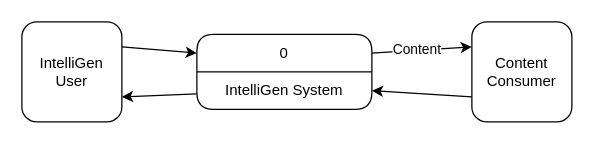
This is SENG 321/RSDCFD.drawio from amirabdullahi1/gold, a draw.io file, before an edit. Source tidied: cells renumbered, new cells numbered last; positions are measured from the earlier drawing's top-left corner, leaving out a move shared by most shapes. Both pictures are drawn from the tidied source at 125%, with x=0, y=0 at pixel (21, 21).
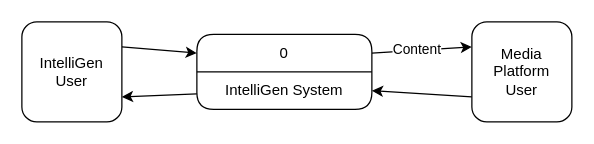
Above is the later version.

The edit, as a diff of the source:
```diff
@@
 <mxGraphModel>
   <root>
     <mxCell id="0" />
     <mxCell id="1" parent="0" />
     <mxCell id="2" style="rounded=0;jettySize=auto;html=1;exitX=1;exitY=0.25;exitDx=0;exitDy=0;entryX=0;entryY=0.25;entryDx=0;entryDy=0;" parent="1" edge="1" source="4" target="9">
       <mxGeometry relative="1" as="geometry" />
     </mxCell>
     <mxCell id="3" value="Content" style="edgeLabel;html=1;align=center;verticalAlign=middle;" parent="2" vertex="1">
       <mxGeometry x="-0.1" y="1" relative="1" as="geometry" />
     </mxCell>
     <mxCell id="4" value="0" style="swimlane;fontStyle=0;horizontal=1;startSize=30;whiteSpace=wrap;html=1;rounded=1;" parent="1" vertex="1">
       <mxGeometry x="140" y="10" width="140" height="60" as="geometry" />
     </mxCell>
     <mxCell id="5" value="IntelliGen System" style="text;strokeColor=none;fillColor=none;align=center;verticalAlign=middle;spacingLeft=4;spacingRight=4;overflow=hidden;points=[[0,0.5],[1,0.5]];portConstraint=eastwest;whiteSpace=wrap;html=1;" parent="4" vertex="1">
       <mxGeometry y="30" width="140" height="30" as="geometry" />
     </mxCell>
     <mxCell id="6" style="rounded=0;jettySize=auto;html=1;entryX=0;entryY=0.25;entryDx=0;entryDy=0;exitX=1;exitY=0.25;exitDx=0;exitDy=0;" parent="1" edge="1" source="7" target="4">
       <mxGeometry relative="1" as="geometry" />
     </mxCell>
     <mxCell id="7" value="&lt;div&gt;IntelliGen&lt;/div&gt;User" style="whiteSpace=wrap;html=1;rounded=1;" parent="1" vertex="1">
       <mxGeometry width="80" height="80" as="geometry" />
     </mxCell>
     <mxCell id="8" style="rounded=0;jettySize=auto;html=1;exitX=0;exitY=0.75;exitDx=0;exitDy=0;entryX=1;entryY=0.5;entryDx=0;entryDy=0;" parent="1" edge="1" source="9" target="5">
       <mxGeometry relative="1" as="geometry" />
     </mxCell>
-    <mxCell id="9" value="&lt;div&gt;Content&lt;/div&gt;Consumer" style="whiteSpace=wrap;html=1;rounded=1;" parent="1" vertex="1">
+    <mxCell id="9" value="&lt;div&gt;Media Platform&lt;/div&gt;&lt;div&gt;User&lt;/div&gt;" style="whiteSpace=wrap;html=1;rounded=1;" parent="1" vertex="1">
       <mxGeometry x="360" width="80" height="80" as="geometry" />
     </mxCell>
     <mxCell id="10" style="rounded=0;jettySize=auto;html=1;entryX=1;entryY=0.75;entryDx=0;entryDy=0;" parent="1" edge="1" source="5" target="7">
       <mxGeometry relative="1" as="geometry" />
     </mxCell>
   </root>
 </mxGraphModel>
```
